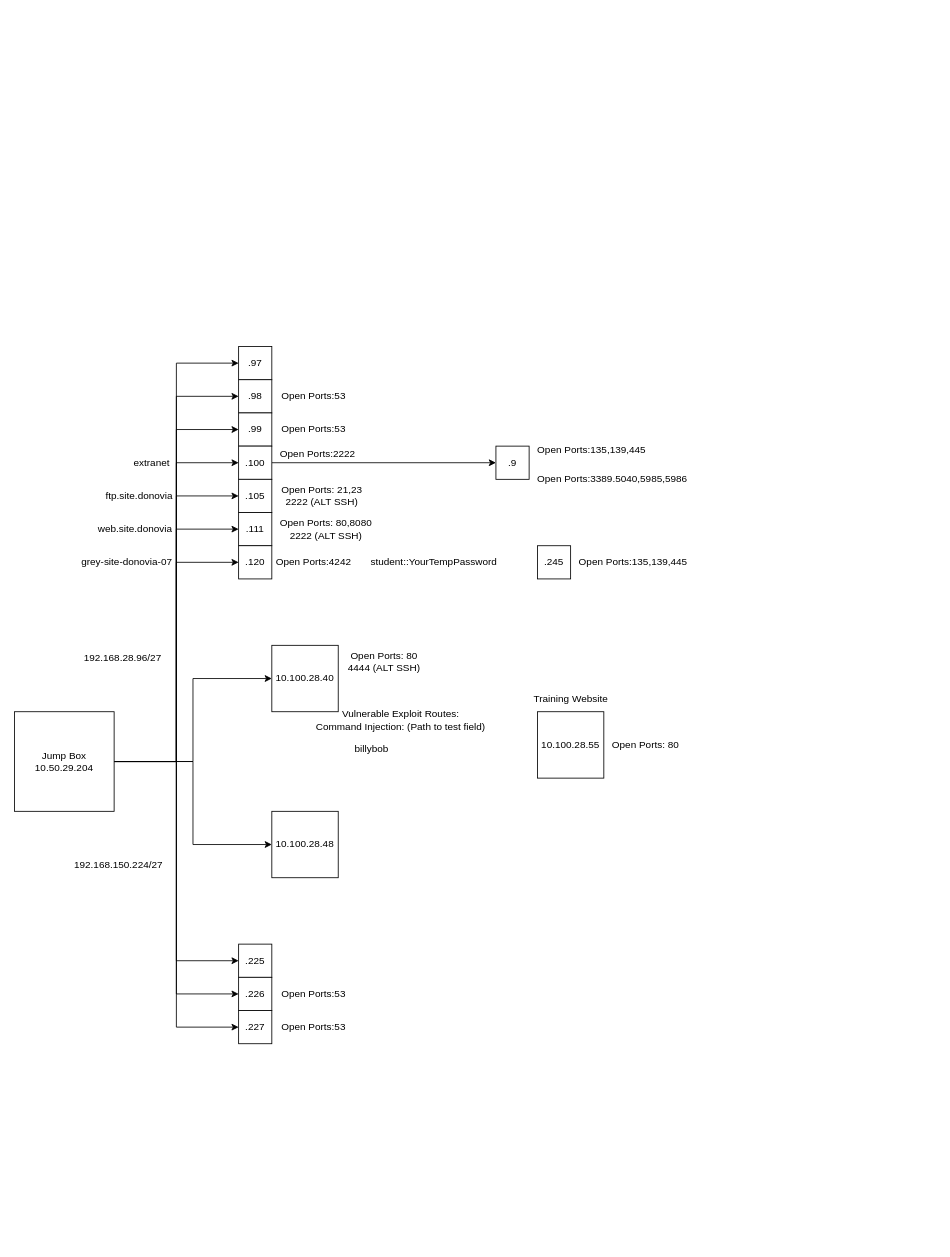
Earlier version of the draw.io diagram Security/Untitled Diagram.drawio (LukeaBrown/COSC). Source tidied: cells renumbered, new cells numbered last; positions are measured from the earlier drawing's top-left corner, leaving out a move shared by most shapes. Both pictures are drawn from the tidied source at 83%, with x=0, y=0 at pixel (14, 346).
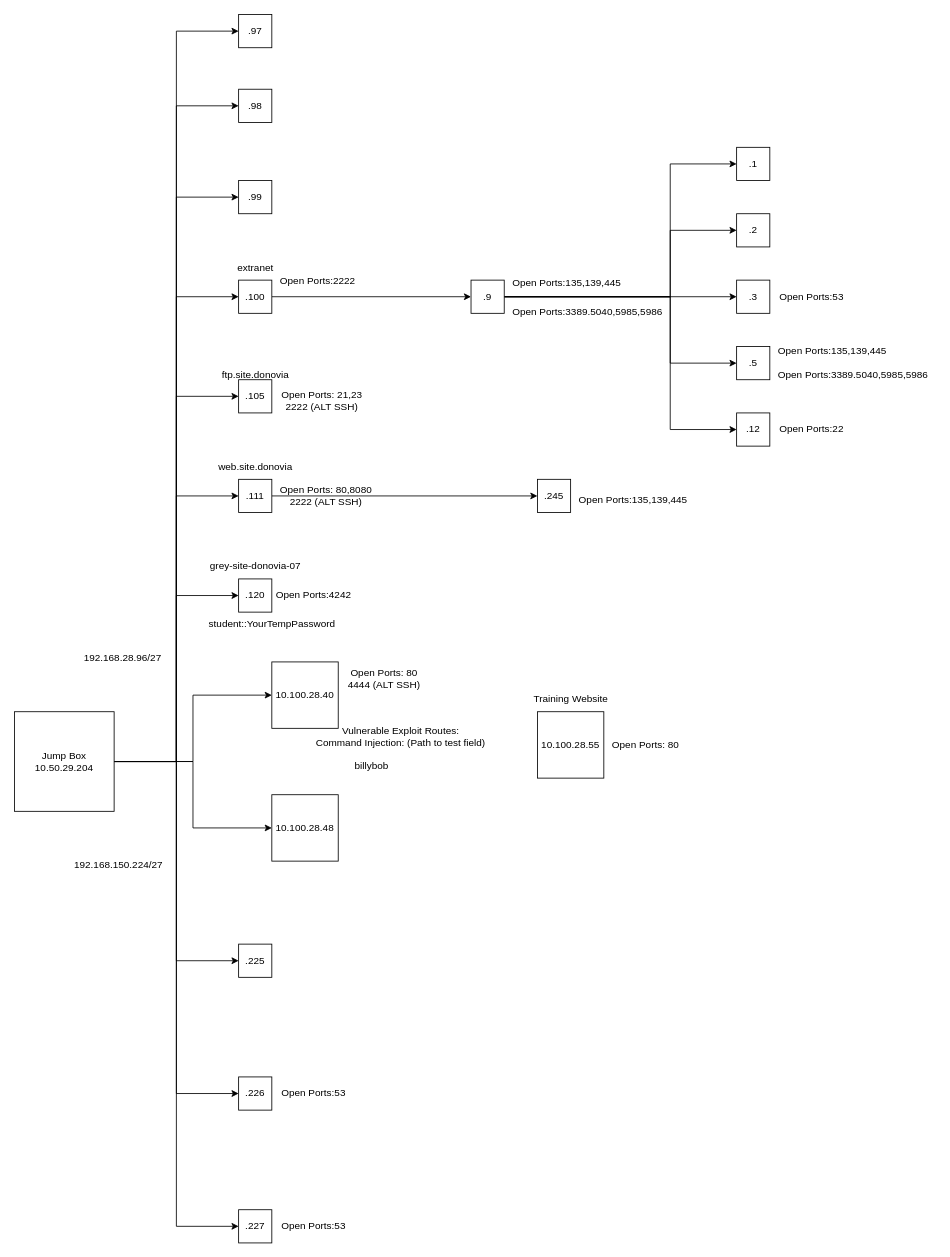
After the change.

The edit, as a diff of the source:
```diff
@@
     <mxCell id="15" value=".97" style="whiteSpace=wrap;html=1;" parent="1" vertex="1">
-      <mxGeometry x="270" width="40" height="40" as="geometry" />
+      <mxGeometry x="270" y="-400" width="40" height="40" as="geometry" />
     </mxCell>
     <mxCell id="16" value=".98" style="whiteSpace=wrap;html=1;" parent="1" vertex="1">
-      <mxGeometry x="270" y="40" width="40" height="40" as="geometry" />
+      <mxGeometry x="270" y="-310" width="40" height="40" as="geometry" />
     </mxCell>
     <mxCell id="17" value=".99" style="whiteSpace=wrap;html=1;" parent="1" vertex="1">
-      <mxGeometry x="270" y="80" width="40" height="40" as="geometry" />
+      <mxGeometry x="270" y="-200" width="40" height="40" as="geometry" />
     </mxCell>
@@
     <mxCell id="19" value=".100" style="whiteSpace=wrap;html=1;" parent="1" vertex="1">
-      <mxGeometry x="270" y="120" width="40" height="40" as="geometry" />
+      <mxGeometry x="270" y="-80" width="40" height="40" as="geometry" />
     </mxCell>
     <mxCell id="20" value=".105" style="whiteSpace=wrap;html=1;" parent="1" vertex="1">
-      <mxGeometry x="270" y="160" width="40" height="40" as="geometry" />
+      <mxGeometry x="270" y="40" width="40" height="40" as="geometry" />
     </mxCell>
+    <mxCell id="54" style="edgeStyle=orthogonalEdgeStyle;rounded=0;jettySize=auto;html=1;entryX=0;entryY=0.5;entryDx=0;entryDy=0;" parent="1" edge="1" source="21" target="42">
+      <mxGeometry relative="1" as="geometry" />
+    </mxCell>
     <mxCell id="21" value=".111" style="whiteSpace=wrap;html=1;" parent="1" vertex="1">
-      <mxGeometry x="270" y="200" width="40" height="40" as="geometry" />
+      <mxGeometry x="270" y="160" width="40" height="40" as="geometry" />
     </mxCell>
     <mxCell id="22" value=".120" style="whiteSpace=wrap;html=1;" parent="1" vertex="1">
-      <mxGeometry x="270" y="240" width="40" height="40" as="geometry" />
+      <mxGeometry x="270" y="280" width="40" height="40" as="geometry" />
     </mxCell>
     <mxCell id="23" value="&lt;div&gt;Open Ports: 21,23&lt;/div&gt;2222 (ALT SSH)" style="text;html=1;align=center;verticalAlign=middle;strokeColor=none;fillColor=none;" parent="1" vertex="1">
-      <mxGeometry x="310" y="160" width="120" height="40" as="geometry" />
+      <mxGeometry x="310" y="45" width="120" height="40" as="geometry" />
     </mxCell>
     <mxCell id="24" value="Open Ports:53" style="text;html=1;align=center;verticalAlign=middle;strokeColor=none;fillColor=none;" parent="1" vertex="1">
-      <mxGeometry x="310" y="765" width="100" height="30" as="geometry" />
+      <mxGeometry x="310" y="885" width="100" height="30" as="geometry" />
     </mxCell>
@@
     <mxCell id="26" value=".226" style="whiteSpace=wrap;html=1;" parent="1" vertex="1">
-      <mxGeometry x="270" y="760" width="40" height="40" as="geometry" />
+      <mxGeometry x="270" y="880" width="40" height="40" as="geometry" />
     </mxCell>
     <mxCell id="27" value=".227" style="whiteSpace=wrap;html=1;" parent="1" vertex="1">
-      <mxGeometry x="270" y="800" width="40" height="40" as="geometry" />
+      <mxGeometry x="270" y="1040" width="40" height="40" as="geometry" />
     </mxCell>
     <mxCell id="28" value="Open Ports:53" style="text;html=1;align=center;verticalAlign=middle;strokeColor=none;fillColor=none;" parent="1" vertex="1">
-      <mxGeometry x="310" y="805" width="100" height="30" as="geometry" />
+      <mxGeometry x="310" y="1045" width="100" height="30" as="geometry" />
     </mxCell>
     <mxCell id="29" value="&lt;div&gt;Open Ports: 80,8080&lt;/div&gt;2222 (ALT SSH)" style="text;html=1;align=center;verticalAlign=middle;strokeColor=none;fillColor=none;" parent="1" vertex="1">
-      <mxGeometry x="310" y="200" width="130" height="40" as="geometry" />
+      <mxGeometry x="310" y="160" width="130" height="40" as="geometry" />
     </mxCell>
@@
-    <mxCell id="32" value="Open Ports:53" style="text;html=1;align=center;verticalAlign=middle;strokeColor=none;fillColor=none;" parent="1" vertex="1">
-      <mxGeometry x="310" y="45" width="100" height="30" as="geometry" />
+    <mxCell id="32" value="Open Ports:22" style="text;html=1;align=center;verticalAlign=middle;strokeColor=none;fillColor=none;" parent="1" vertex="1">
+      <mxGeometry x="910" y="85" width="100" height="30" as="geometry" />
     </mxCell>
     <mxCell id="33" value="Open Ports:53" style="text;html=1;align=center;verticalAlign=middle;strokeColor=none;fillColor=none;" parent="1" vertex="1">
-      <mxGeometry x="310" y="85" width="100" height="30" as="geometry" />
+      <mxGeometry x="910" y="-75" width="100" height="30" as="geometry" />
     </mxCell>
     <mxCell id="34" value="10.100.28.40" style="whiteSpace=wrap;html=1;" parent="1" vertex="1">
-      <mxGeometry x="310" y="360" width="80" height="80" as="geometry" />
+      <mxGeometry x="310" y="380" width="80" height="80" as="geometry" />
     </mxCell>
     <mxCell id="35" value="&lt;div&gt;Open Ports: 80&lt;/div&gt;4444 (ALT SSH)" style="text;html=1;align=center;verticalAlign=middle;strokeColor=none;fillColor=none;" parent="1" vertex="1">
-      <mxGeometry x="390" y="360" width="110" height="40" as="geometry" />
+      <mxGeometry x="390" y="380" width="110" height="40" as="geometry" />
     </mxCell>
     <mxCell id="36" value="&lt;div&gt;Vulnerable Exploit Routes:&lt;/div&gt;&lt;div&gt;Command Injection: (Path to test field)&lt;br&gt;&lt;/div&gt;" style="text;html=1;align=center;verticalAlign=middle;strokeColor=none;fillColor=none;" parent="1" vertex="1">
-      <mxGeometry x="350" y="430" width="230" height="40" as="geometry" />
+      <mxGeometry x="350" y="450" width="230" height="40" as="geometry" />
     </mxCell>
     <mxCell id="37" value="billybob" style="text;html=1;align=center;verticalAlign=middle;strokeColor=none;fillColor=none;" parent="1" vertex="1">
-      <mxGeometry x="400" y="470" width="60" height="30" as="geometry" />
+      <mxGeometry x="400" y="490" width="60" height="30" as="geometry" />
     </mxCell>
@@
     <mxCell id="41" value="10.100.28.48" style="whiteSpace=wrap;html=1;" parent="1" vertex="1">
-      <mxGeometry x="310" y="560" width="80" height="80" as="geometry" />
+      <mxGeometry x="310" y="540" width="80" height="80" as="geometry" />
     </mxCell>
     <mxCell id="42" value=".245" style="whiteSpace=wrap;html=1;" parent="1" vertex="1">
-      <mxGeometry x="630" y="240" width="40" height="40" as="geometry" />
+      <mxGeometry x="630" y="160" width="40" height="40" as="geometry" />
     </mxCell>
     <mxCell id="43" value="ftp.site.donovia" style="text;html=1;align=center;verticalAlign=middle;strokeColor=none;fillColor=none;" parent="1" vertex="1">
-      <mxGeometry x="100" y="165" width="100" height="30" as="geometry" />
+      <mxGeometry x="240" y="20" width="100" height="30" as="geometry" />
     </mxCell>
     <mxCell id="44" value="web.site.donovia" style="text;html=1;align=center;verticalAlign=middle;strokeColor=none;fillColor=none;" parent="1" vertex="1">
-      <mxGeometry x="90" y="205" width="110" height="30" as="geometry" />
+      <mxGeometry x="235" y="130" width="110" height="30" as="geometry" />
     </mxCell>
     <mxCell id="45" value="Open Ports:4242" style="text;html=1;align=center;verticalAlign=middle;strokeColor=none;fillColor=none;" parent="1" vertex="1">
-      <mxGeometry x="305" y="245" width="110" height="30" as="geometry" />
+      <mxGeometry x="305" y="285" width="110" height="30" as="geometry" />
     </mxCell>
     <mxCell id="46" value="grey-site-donovia-07" style="text;html=1;align=center;verticalAlign=middle;strokeColor=none;fillColor=none;" parent="1" vertex="1">
-      <mxGeometry x="70" y="245" width="130" height="30" as="geometry" />
+      <mxGeometry x="225" y="250" width="130" height="30" as="geometry" />
     </mxCell>
     <mxCell id="47" value="student::YourTempPassword" style="text;html=1;align=center;verticalAlign=middle;strokeColor=none;fillColor=none;" parent="1" vertex="1">
-      <mxGeometry x="415" y="245" width="180" height="30" as="geometry" />
+      <mxGeometry x="220" y="320" width="180" height="30" as="geometry" />
     </mxCell>
     <mxCell id="48" value="Open Ports:135,139,445" style="text;html=1;align=center;verticalAlign=middle;strokeColor=none;fillColor=none;" parent="1" vertex="1">
-      <mxGeometry x="670" y="245" width="150" height="30" as="geometry" />
+      <mxGeometry x="670" y="170" width="150" height="30" as="geometry" />
     </mxCell>
     <mxCell id="49" value="Open Ports:2222" style="text;html=1;align=center;verticalAlign=middle;strokeColor=none;fillColor=none;" parent="1" vertex="1">
-      <mxGeometry x="310" y="115" width="110" height="30" as="geometry" />
+      <mxGeometry x="310" y="-94.5" width="110" height="30" as="geometry" />
     </mxCell>
     <mxCell id="50" value="extranet" style="text;html=1;align=center;verticalAlign=middle;strokeColor=none;fillColor=none;" parent="1" vertex="1">
-      <mxGeometry x="130" y="125" width="70" height="30" as="geometry" />
+      <mxGeometry x="255" y="-110" width="70" height="30" as="geometry" />
     </mxCell>
+    <mxCell id="55" style="edgeStyle=orthogonalEdgeStyle;rounded=0;jettySize=auto;html=1;entryX=0;entryY=0.5;entryDx=0;entryDy=0;" parent="1" edge="1" source="51" target="60">
+      <mxGeometry relative="1" as="geometry">
+        <Array as="points">
+          <mxPoint x="790" y="-60" />
+          <mxPoint x="790" y="-220" />
+        </Array>
+      </mxGeometry>
+    </mxCell>
+    <mxCell id="56" style="edgeStyle=orthogonalEdgeStyle;rounded=0;jettySize=auto;html=1;entryX=0;entryY=0.5;entryDx=0;entryDy=0;" parent="1" edge="1" source="51" target="64">
+      <mxGeometry relative="1" as="geometry">
+        <Array as="points">
+          <mxPoint x="790" y="-60" />
+          <mxPoint x="790" y="100" />
+        </Array>
+      </mxGeometry>
+    </mxCell>
+    <mxCell id="57" style="edgeStyle=orthogonalEdgeStyle;rounded=0;jettySize=auto;html=1;" parent="1" edge="1" source="51" target="62">
+      <mxGeometry relative="1" as="geometry" />
+    </mxCell>
+    <mxCell id="58" style="edgeStyle=orthogonalEdgeStyle;rounded=0;jettySize=auto;html=1;entryX=0;entryY=0.5;entryDx=0;entryDy=0;" parent="1" edge="1" source="51" target="61">
+      <mxGeometry relative="1" as="geometry">
+        <Array as="points">
+          <mxPoint x="790" y="-60" />
+          <mxPoint x="790" y="-140" />
+        </Array>
+      </mxGeometry>
+    </mxCell>
+    <mxCell id="59" style="edgeStyle=orthogonalEdgeStyle;rounded=0;jettySize=auto;html=1;entryX=0;entryY=0.5;entryDx=0;entryDy=0;" parent="1" edge="1" source="51" target="63">
+      <mxGeometry relative="1" as="geometry">
+        <Array as="points">
+          <mxPoint x="790" y="-60" />
+          <mxPoint x="790" y="20" />
+        </Array>
+      </mxGeometry>
+    </mxCell>
     <mxCell id="51" value=".9" style="whiteSpace=wrap;html=1;" parent="1" vertex="1">
-      <mxGeometry x="580" y="120" width="40" height="40" as="geometry" />
+      <mxGeometry x="550" y="-80" width="40" height="40" as="geometry" />
     </mxCell>
     <mxCell id="52" value="Open Ports:135,139,445" style="text;html=1;align=center;verticalAlign=middle;strokeColor=none;fillColor=none;" parent="1" vertex="1">
-      <mxGeometry x="620" y="110" width="150" height="30" as="geometry" />
+      <mxGeometry x="590" y="-92.5" width="150" height="30" as="geometry" />
     </mxCell>
     <mxCell id="53" value="Open Ports:3389.5040,5985,5986" style="text;html=1;align=center;verticalAlign=middle;strokeColor=none;fillColor=none;" parent="1" vertex="1">
-      <mxGeometry x="620" y="145" width="200" height="30" as="geometry" />
+      <mxGeometry x="590" y="-57.5" width="200" height="30" as="geometry" />
     </mxCell>
+    <mxCell id="60" value=".1" style="whiteSpace=wrap;html=1;" parent="1" vertex="1">
+      <mxGeometry x="870" y="-240" width="40" height="40" as="geometry" />
+    </mxCell>
+    <mxCell id="61" value=".2" style="whiteSpace=wrap;html=1;" parent="1" vertex="1">
+      <mxGeometry x="870" y="-160" width="40" height="40" as="geometry" />
+    </mxCell>
+    <mxCell id="62" value=".3" style="whiteSpace=wrap;html=1;" parent="1" vertex="1">
+      <mxGeometry x="870" y="-80" width="40" height="40" as="geometry" />
+    </mxCell>
+    <mxCell id="63" value=".5" style="whiteSpace=wrap;html=1;" parent="1" vertex="1">
+      <mxGeometry x="870" width="40" height="40" as="geometry" />
+    </mxCell>
+    <mxCell id="64" value=".12" style="whiteSpace=wrap;html=1;" parent="1" vertex="1">
+      <mxGeometry x="870" y="80" width="40" height="40" as="geometry" />
+    </mxCell>
+    <mxCell id="65" value="Open Ports:135,139,445" style="text;html=1;align=center;verticalAlign=middle;strokeColor=none;fillColor=none;" parent="1" vertex="1">
+      <mxGeometry x="910" y="-10" width="150" height="30" as="geometry" />
+    </mxCell>
+    <mxCell id="66" value="Open Ports:3389.5040,5985,5986" style="text;html=1;align=center;verticalAlign=middle;strokeColor=none;fillColor=none;" parent="1" vertex="1">
+      <mxGeometry x="910" y="20" width="200" height="30" as="geometry" />
+    </mxCell>
```
